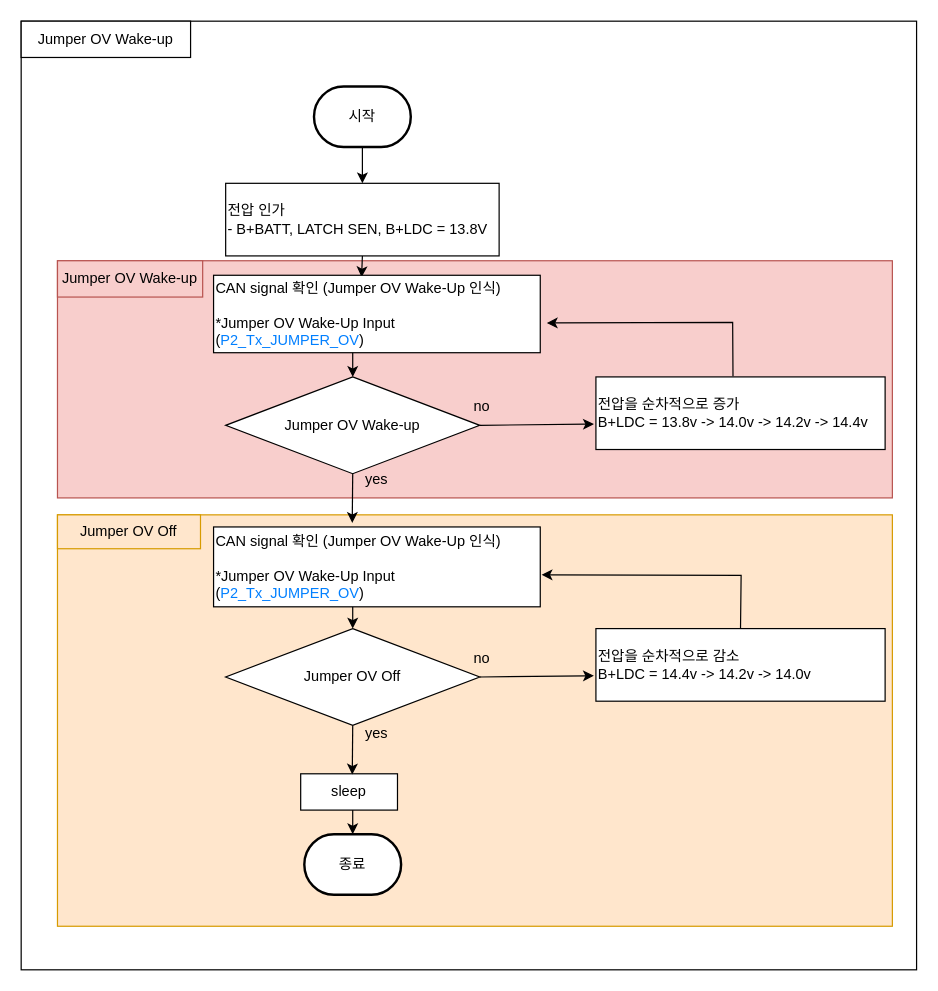
Before: jump ov wakeup.drawio in chaeyoonl/state-transition-diagram-test, a draw.io diagram. Source tidied: cells renumbered, new cells numbered last; positions are measured from the earlier drawing's top-left corner, leaving out a move shared by most shapes. Both pictures are drawn from the tidied source at 121%, with x=0, y=0 at pixel (21, 21).
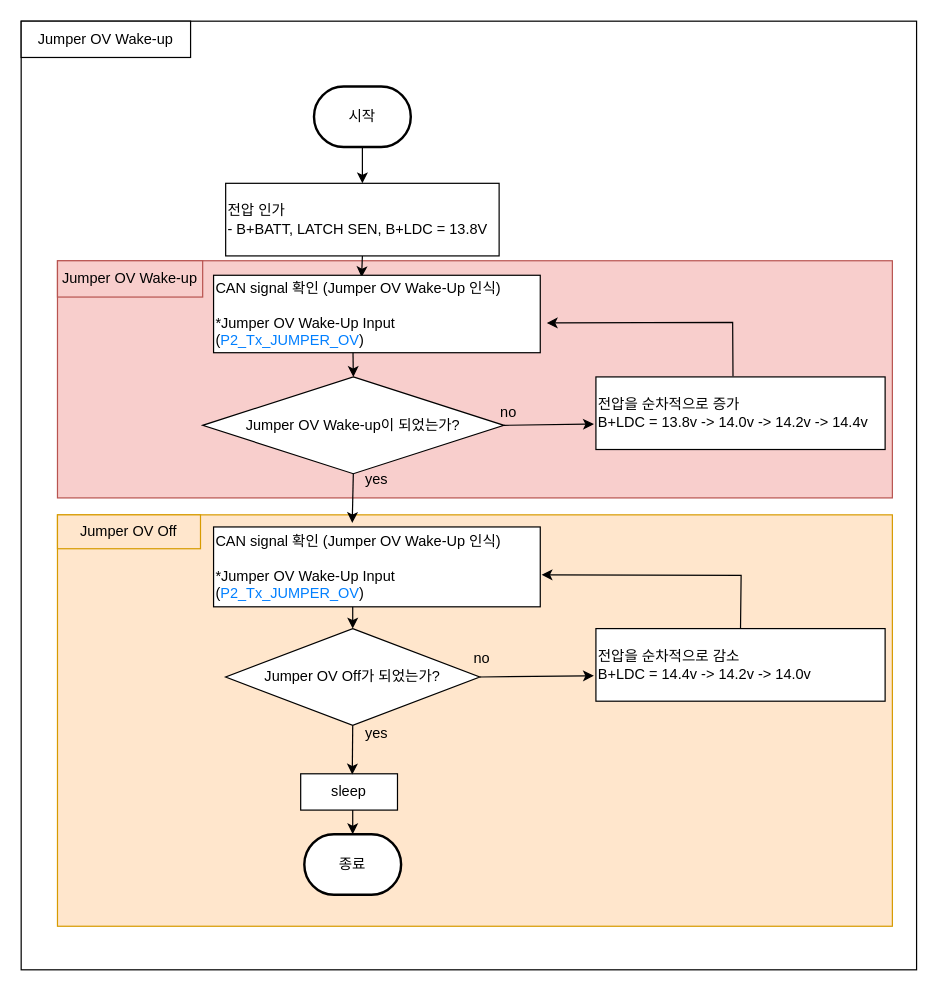
The same page after the edit.

The edit, as a diff of the source:
```diff
@@
-    <mxCell id="10" value="Jumper OV Wake-up" style="rhombus;whiteSpace=wrap;html=1;" parent="1" vertex="1">
-      <mxGeometry x="169" y="294" width="210" height="80" as="geometry" />
+    <mxCell id="10" value="Jumper OV Wake-up이 되었는가?" style="rhombus;whiteSpace=wrap;html=1;" parent="1" vertex="1">
+      <mxGeometry x="150" y="294" width="249" height="80" as="geometry" />
     </mxCell>
@@
     <mxCell id="17" value="no" style="text;html=1;strokeColor=none;fillColor=none;align=center;verticalAlign=middle;whiteSpace=wrap;rounded=0;" parent="1" vertex="1">
-      <mxGeometry x="351" y="304" width="60" height="30" as="geometry" />
+      <mxGeometry x="373" y="309" width="60" height="30" as="geometry" />
     </mxCell>
@@
-    <mxCell id="22" value="Jumper OV Off" style="rhombus;whiteSpace=wrap;html=1;" parent="1" vertex="1">
+    <mxCell id="22" value="Jumper OV Off가 되었는가?" style="rhombus;whiteSpace=wrap;html=1;" parent="1" vertex="1">
       <mxGeometry x="169" y="502" width="210" height="80" as="geometry" />
     </mxCell>
```
